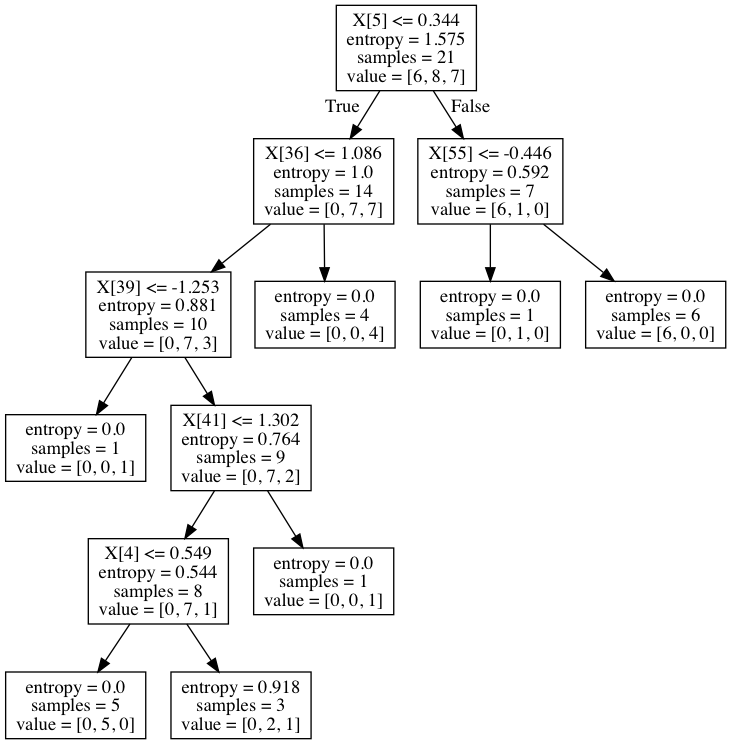
SujeethJinesh/CS4641 keeps this Graphviz diagram as SupervisedLearning/tree.png. Above is the earlier version. Its source is kept beside it as SupervisedLearning/tree.dot.
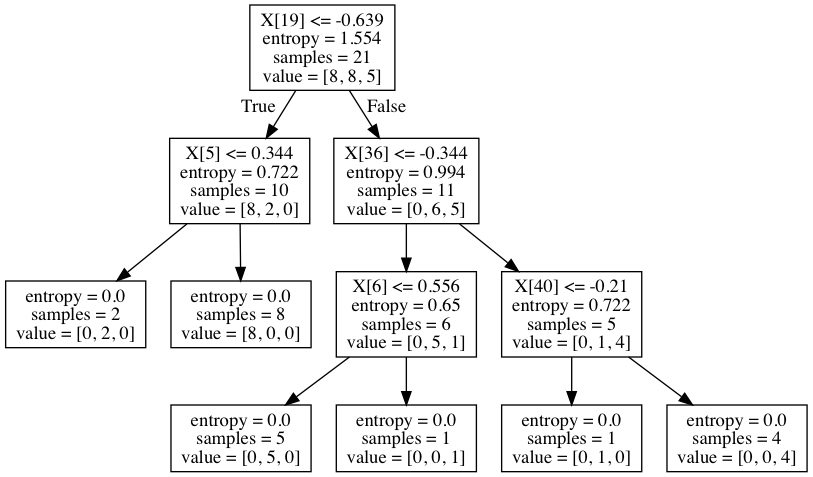
After the commit.

Change to the diagram source:
```diff
@@ -1,28 +1,24 @@
 digraph Tree {
 node [shape=box] ;
-0 [label="X[5] <= 0.344\nentropy = 1.575\nsamples = 21\nvalue = [6, 8, 7]"] ;
-1 [label="X[36] <= 1.086\nentropy = 1.0\nsamples = 14\nvalue = [0, 7, 7]"] ;
+0 [label="X[19] <= -0.639\nentropy = 1.554\nsamples = 21\nvalue = [8, 8, 5]"] ;
+1 [label="X[5] <= 0.344\nentropy = 0.722\nsamples = 10\nvalue = [8, 2, 0]"] ;
 0 -> 1 [labeldistance=2.5, labelangle=45, headlabel="True"] ;
-2 [label="X[39] <= -1.253\nentropy = 0.881\nsamples = 10\nvalue = [0, 7, 3]"] ;
+2 [label="entropy = 0.0\nsamples = 2\nvalue = [0, 2, 0]"] ;
 1 -> 2 ;
-3 [label="entropy = 0.0\nsamples = 1\nvalue = [0, 0, 1]"] ;
-2 -> 3 ;
-4 [label="X[41] <= 1.302\nentropy = 0.764\nsamples = 9\nvalue = [0, 7, 2]"] ;
-2 -> 4 ;
-5 [label="X[4] <= 0.549\nentropy = 0.544\nsamples = 8\nvalue = [0, 7, 1]"] ;
+3 [label="entropy = 0.0\nsamples = 8\nvalue = [8, 0, 0]"] ;
+1 -> 3 ;
+4 [label="X[36] <= -0.344\nentropy = 0.994\nsamples = 11\nvalue = [0, 6, 5]"] ;
+0 -> 4 [labeldistance=2.5, labelangle=-45, headlabel="False"] ;
+5 [label="X[6] <= 0.556\nentropy = 0.65\nsamples = 6\nvalue = [0, 5, 1]"] ;
 4 -> 5 ;
 6 [label="entropy = 0.0\nsamples = 5\nvalue = [0, 5, 0]"] ;
 5 -> 6 ;
-7 [label="entropy = 0.918\nsamples = 3\nvalue = [0, 2, 1]"] ;
+7 [label="entropy = 0.0\nsamples = 1\nvalue = [0, 0, 1]"] ;
 5 -> 7 ;
-8 [label="entropy = 0.0\nsamples = 1\nvalue = [0, 0, 1]"] ;
+8 [label="X[40] <= -0.21\nentropy = 0.722\nsamples = 5\nvalue = [0, 1, 4]"] ;
 4 -> 8 ;
-9 [label="entropy = 0.0\nsamples = 4\nvalue = [0, 0, 4]"] ;
-1 -> 9 ;
-10 [label="X[55] <= -0.446\nentropy = 0.592\nsamples = 7\nvalue = [6, 1, 0]"] ;
-0 -> 10 [labeldistance=2.5, labelangle=-45, headlabel="False"] ;
-11 [label="entropy = 0.0\nsamples = 1\nvalue = [0, 1, 0]"] ;
-10 -> 11 ;
-12 [label="entropy = 0.0\nsamples = 6\nvalue = [6, 0, 0]"] ;
-10 -> 12 ;
+9 [label="entropy = 0.0\nsamples = 1\nvalue = [0, 1, 0]"] ;
+8 -> 9 ;
+10 [label="entropy = 0.0\nsamples = 4\nvalue = [0, 0, 4]"] ;
+8 -> 10 ;
 }
```
